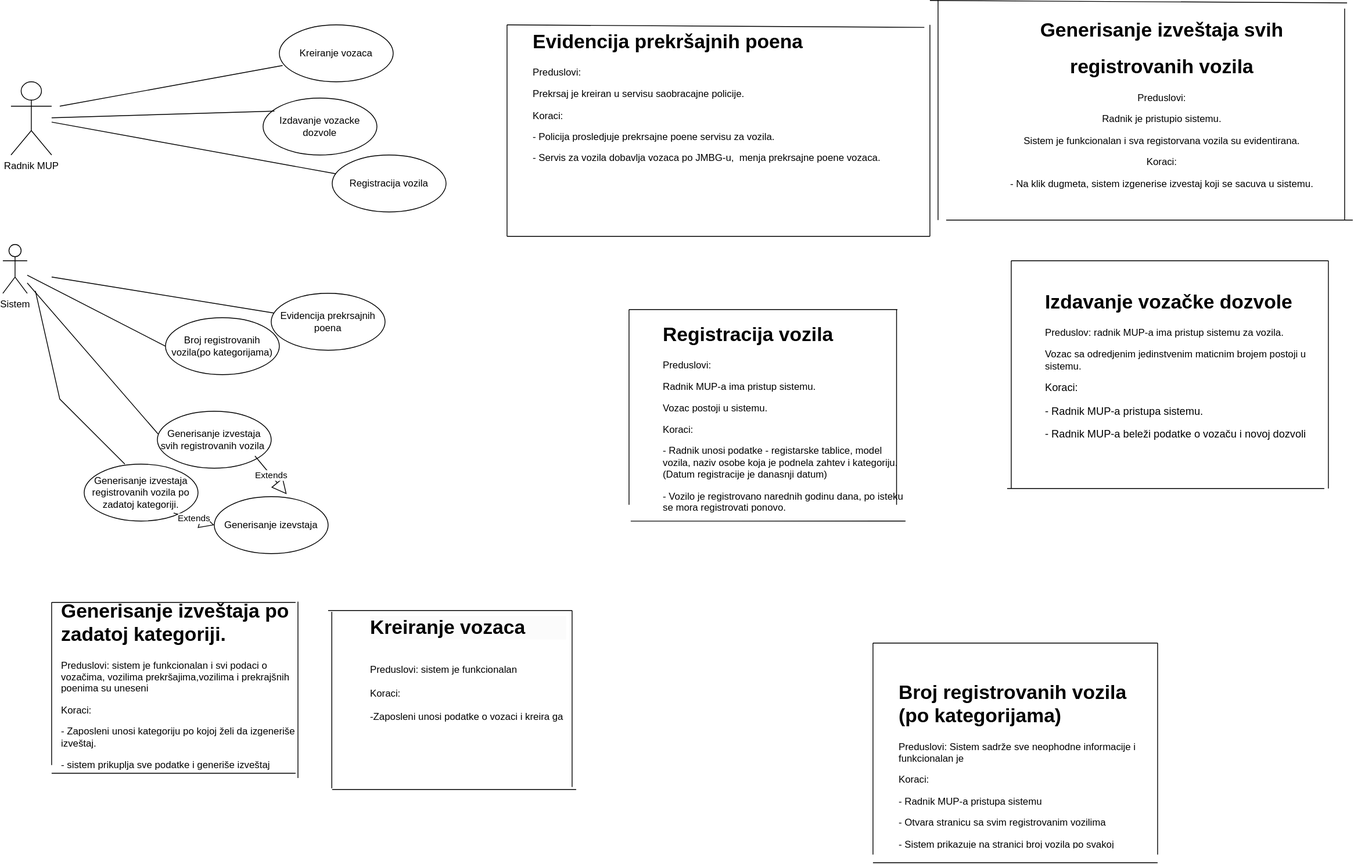
This is Diagrams/MupVozila_UseCaseDiagram.svg from anna02272/EGovernment, a draw.io export, as it was before one commit. Source tidied: cells renumbered, new cells last; positions are measured from the earlier drawing's top-left corner, leaving out a move shared by most shapes.
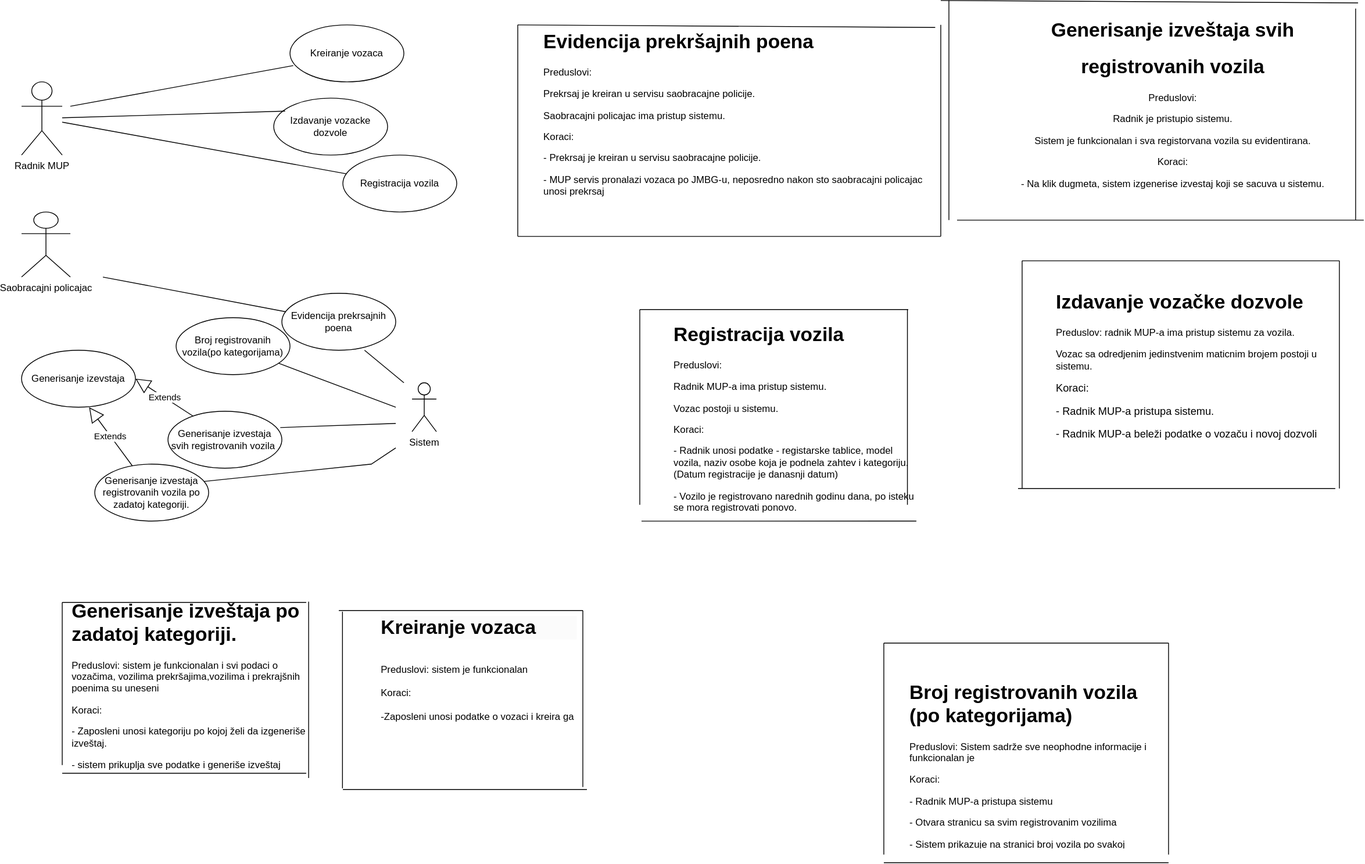
The same diagram one commit later.

What changed in the source:
```diff
@@ -5,9 +5,10 @@
     <mxCell id="2" value="Radnik MUP" style="shape=umlActor;verticalLabelPosition=bottom;verticalAlign=top;html=1;outlineConnect=0;" parent="1" vertex="1">
       <mxGeometry x="10" y="100" width="50" height="90" as="geometry" />
     </mxCell>
-    <mxCell id="3" style="endArrow=none;html=1;rounded=0;" parent="1" edge="1" target="4">
+    <mxCell id="3" style="endArrow=none;html=1;rounded=0;" parent="1" edge="1">
       <mxGeometry relative="1" as="geometry">
-        <mxPoint x="60" y="340" as="sourcePoint" />
+        <mxPoint x="431.6" y="430" as="sourcePoint" />
+        <mxPoint x="480" y="470" as="targetPoint" />
       </mxGeometry>
     </mxCell>
     <mxCell id="4" value="Evidencija prekrsajnih poena" style="ellipse;whiteSpace=wrap;html=1;" parent="1" vertex="1">
@@ -26,7 +27,7 @@
       <mxGeometry relative="1" as="geometry" />
     </mxCell>
     <mxCell id="9" value="Sistem" style="shape=umlActor;verticalLabelPosition=bottom;verticalAlign=top;html=1;" parent="1" vertex="1">
-      <mxGeometry y="300" width="30" height="60" as="geometry" />
+      <mxGeometry x="490" y="470" width="30" height="60" as="geometry" />
     </mxCell>
     <mxCell id="10" value="Broj registrovanih vozila(po kategorijama)" style="ellipse;whiteSpace=wrap;html=1;" parent="1" vertex="1">
       <mxGeometry x="200" y="390" width="140" height="70" as="geometry" />
@@ -34,13 +35,17 @@
     <mxCell id="11" value="Generisanje izvestaja svih registrovanih vozila&amp;nbsp;" style="ellipse;whiteSpace=wrap;html=1;" parent="1" vertex="1">
       <mxGeometry x="190" y="505" width="140" height="70" as="geometry" />
     </mxCell>
-    <mxCell id="12" style="endArrow=none;html=1;rounded=0;entryX=0.007;entryY=0.4;entryDx=0;entryDy=0;entryPerimeter=0;" parent="1" edge="1" source="9" target="11">
-      <mxGeometry relative="1" as="geometry" />
+    <mxCell id="12" style="endArrow=none;html=1;rounded=0;entryX=0.986;entryY=0.286;entryDx=0;entryDy=0;entryPerimeter=0;" parent="1" edge="1" target="11">
+      <mxGeometry relative="1" as="geometry">
+        <mxPoint x="470" y="520" as="sourcePoint" />
+      </mxGeometry>
     </mxCell>
-    <mxCell id="13" style="endArrow=none;html=1;rounded=0;entryX=0;entryY=0.5;entryDx=0;entryDy=0;" parent="1" edge="1" source="9" target="10">
-      <mxGeometry relative="1" as="geometry" />
+    <mxCell id="13" style="endArrow=none;html=1;rounded=0;" parent="1" edge="1" target="10">
+      <mxGeometry relative="1" as="geometry">
+        <mxPoint x="470" y="500" as="sourcePoint" />
+      </mxGeometry>
     </mxCell>
-    <mxCell id="14" value="&lt;h1 style=&quot;margin-top: 0px;&quot;&gt;Evidencija prekršajnih poena&amp;nbsp;&lt;/h1&gt;&lt;p&gt;Preduslovi:&lt;/p&gt;&lt;p&gt;&lt;span style=&quot;background-color: initial;&quot;&gt;Prekrsaj je kreiran u servisu saobracajne policije.&lt;/span&gt;&lt;br&gt;&lt;/p&gt;&lt;p&gt;Koraci:&lt;/p&gt;&lt;p&gt;- Policija prosledjuje prekrsajne poene servisu za vozila.&lt;/p&gt;&lt;p&gt;- Servis za vozila dobavlja vozaca po JMBG-u,&amp;nbsp; menja prekrsajne poene vozaca.&lt;/p&gt;&lt;p&gt;&lt;br&gt;&lt;/p&gt;" style="text;html=1;whiteSpace=wrap;overflow=hidden;rounded=0;" parent="1" vertex="1">
+    <mxCell id="14" value="&lt;h1 style=&quot;margin-top: 0px;&quot;&gt;Evidencija prekršajnih poena&amp;nbsp;&lt;/h1&gt;&lt;p&gt;Preduslovi:&lt;/p&gt;&lt;p&gt;&lt;span style=&quot;background-color: initial;&quot;&gt;Prekrsaj je kreiran u servisu saobracajne policije.&lt;/span&gt;&lt;br&gt;&lt;/p&gt;&lt;p&gt;&lt;span style=&quot;background-color: initial;&quot;&gt;Saobracajni policajac ima pristup sistemu.&lt;/span&gt;&lt;/p&gt;&lt;p&gt;Koraci:&lt;/p&gt;&lt;p&gt;- Prekrsaj je kreiran u servisu saobracajne policije.&lt;/p&gt;&lt;p&gt;- MUP servis pronalazi vozaca po JMBG-u, neposredno nakon sto saobracajni policajac unosi prekrsaj&lt;/p&gt;" style="text;html=1;whiteSpace=wrap;overflow=hidden;rounded=0;" parent="1" vertex="1">
       <mxGeometry x="650" y="30" width="490" height="260" as="geometry" />
     </mxCell>
     <mxCell id="15" style="endArrow=none;html=1;rounded=0;exitX=1;exitY=0;exitDx=0;exitDy=0;entryX=1;entryY=1;entryDx=0;entryDy=0;" parent="1" edge="1" source="14" target="14">
@@ -170,12 +175,12 @@
         <mxPoint x="360" y="950" as="targetPoint" />
       </mxGeometry>
     </mxCell>
-    <mxCell id="39" style="endArrow=none;html=1;rounded=0;" parent="1" edge="1">
+    <mxCell id="39" style="endArrow=none;html=1;rounded=0;entryX=0.957;entryY=0.714;entryDx=0;entryDy=0;entryPerimeter=0;" parent="1" edge="1">
       <mxGeometry relative="1" as="geometry">
-        <mxPoint x="40" y="357" as="sourcePoint" />
-        <mxPoint x="150" y="570" as="targetPoint" />
+        <mxPoint x="470" y="550" as="sourcePoint" />
+        <mxPoint x="150" y="600" as="targetPoint" />
         <Array as="points">
-          <mxPoint x="70" y="490" />
+          <mxPoint x="440" y="570" />
         </Array>
       </mxGeometry>
     </mxCell>
@@ -183,17 +188,13 @@
       <mxGeometry x="100" y="570" width="140" height="70" as="geometry" />
     </mxCell>
     <mxCell id="41" value="Generisanje izevstaja" style="ellipse;whiteSpace=wrap;html=1;" parent="1" vertex="1">
-      <mxGeometry x="260" y="610" width="140" height="70" as="geometry" />
+      <mxGeometry x="10" y="430" width="140" height="70" as="geometry" />
     </mxCell>
-    <mxCell id="42" value="Extends" style="endArrow=block;endSize=16;endFill=0;html=1;rounded=0;entryX=0;entryY=0.5;entryDx=0;entryDy=0;" parent="1" edge="1" target="41">
-      <mxGeometry relative="1" as="geometry">
-        <mxPoint x="210" y="630" as="sourcePoint" />
-      </mxGeometry>
+    <mxCell id="42" value="Extends" style="endArrow=block;endSize=16;endFill=0;html=1;rounded=0;entryX=0.593;entryY=1;entryDx=0;entryDy=0;entryPerimeter=0;" parent="1" edge="1" source="40" target="41">
+      <mxGeometry relative="1" as="geometry" />
     </mxCell>
-    <mxCell id="43" value="Extends" style="endArrow=block;endSize=16;endFill=0;html=1;rounded=0;entryX=0.636;entryY=-0.043;entryDx=0;entryDy=0;entryPerimeter=0;" parent="1" edge="1" target="41">
-      <mxGeometry relative="1" as="geometry">
-        <mxPoint x="310" y="560" as="sourcePoint" />
-      </mxGeometry>
+    <mxCell id="43" value="Extends" style="endArrow=block;endSize=16;endFill=0;html=1;rounded=0;entryX=1;entryY=0.5;entryDx=0;entryDy=0;exitX=0.221;exitY=0.086;exitDx=0;exitDy=0;exitPerimeter=0;" parent="1" edge="1" source="11" target="41">
+      <mxGeometry relative="1" as="geometry" />
     </mxCell>
     <mxCell id="44" value="&lt;h1 style=&quot;margin-top: 0px;&quot;&gt;Generisanje izveštaja svih&lt;/h1&gt;&lt;h1 style=&quot;margin-top: 0px;&quot;&gt;&amp;nbsp;registrovanih vozila&amp;nbsp;&lt;/h1&gt;&lt;p&gt;Preduslovi:&lt;/p&gt;&lt;p&gt;Radnik je pristupio sistemu.&lt;/p&gt;&lt;p&gt;&lt;span style=&quot;background-color: initial;&quot;&gt;Sistem je funkcionalan i sva registorvana vozila su evidentirana.&lt;/span&gt;&lt;/p&gt;&lt;p&gt;&lt;span style=&quot;background-color: initial;&quot;&gt;Koraci:&lt;/span&gt;&lt;br&gt;&lt;/p&gt;&lt;p&gt;- Na klik dugmeta, sistem izgenerise izvestaj koji se sacuva u sistemu.&lt;/p&gt;&lt;p&gt;&lt;br&gt;&lt;/p&gt;&lt;p&gt;&lt;br style=&quot;text-align: left; text-wrap: wrap;&quot;&gt;&lt;/p&gt;" style="text;html=1;align=center;verticalAlign=middle;strokeColor=none;fillColor=none;" parent="1" vertex="1">
       <mxGeometry x="1225" y="15" width="400" height="290" as="geometry" />
@@ -261,5 +262,13 @@
         <mxPoint x="700" y="750" as="targetPoint" />
       </mxGeometry>
     </mxCell>
+    <mxCell id="56" value="Saobracajni policajac" style="shape=umlActor;verticalLabelPosition=bottom;verticalAlign=top;html=1;" parent="1" vertex="1">
+      <mxGeometry x="10" y="260" width="60" height="80" as="geometry" />
+    </mxCell>
+    <mxCell id="57" style="endArrow=none;html=1;rounded=0;" parent="1" edge="1" target="4">
+      <mxGeometry relative="1" as="geometry">
+        <mxPoint x="110" y="340" as="sourcePoint" />
+      </mxGeometry>
+    </mxCell>
   </root>
 </mxGraphModel>
```
